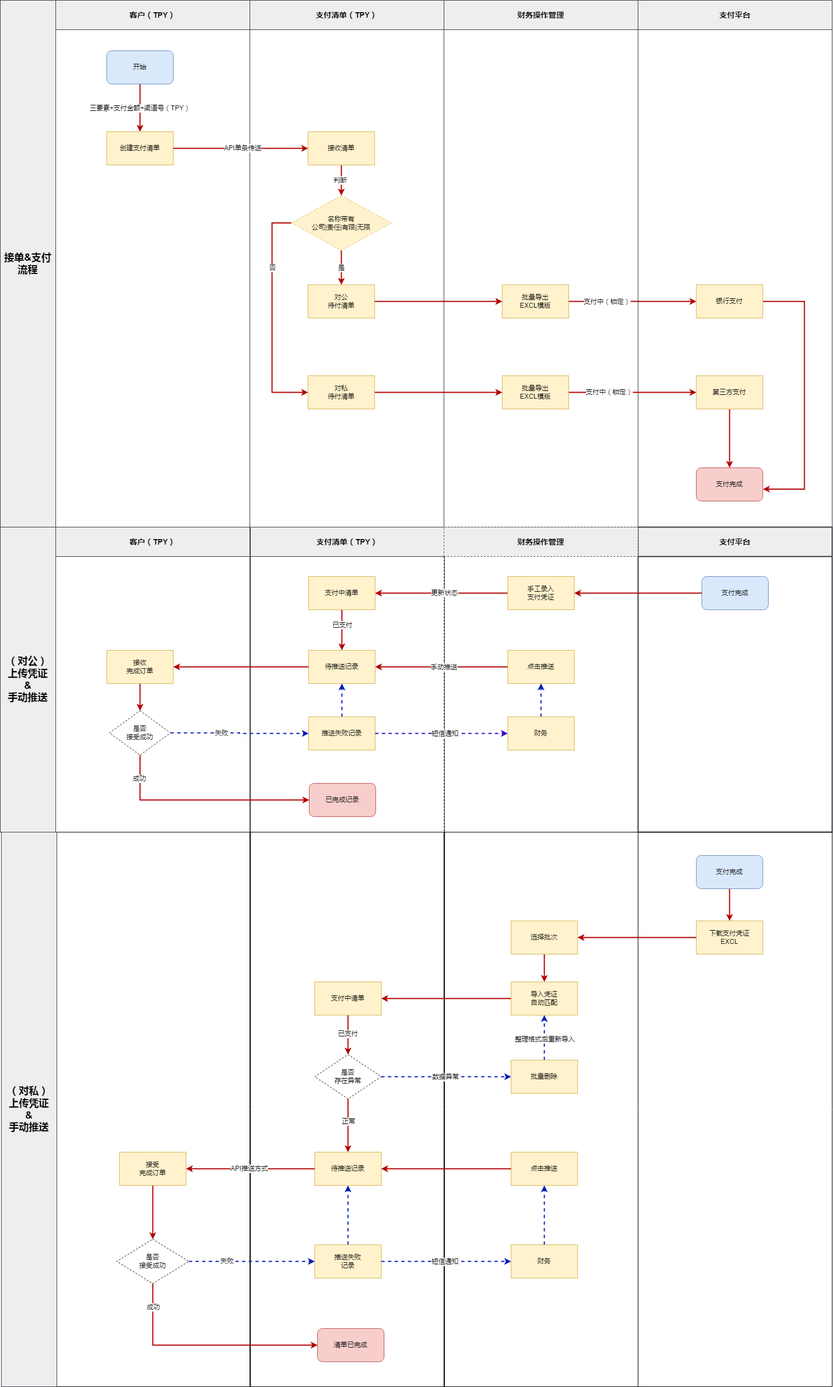
This is 支付系统0822.png from orange14/laravoole, a draw.io export, as it was before one commit. Source tidied: cells renumbered, new cells last; positions are measured from the earlier drawing's top-left corner, leaving out a move shared by most shapes.
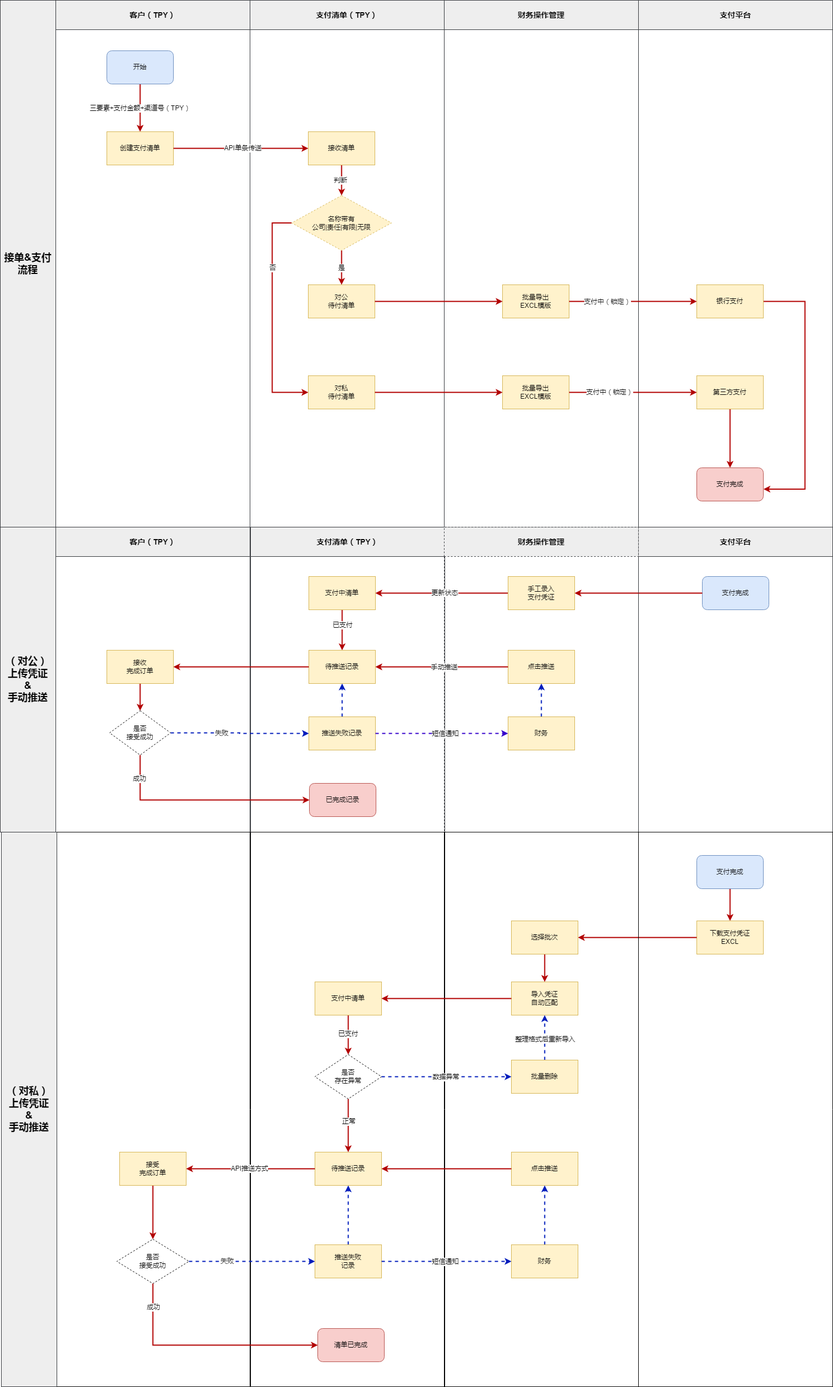
The same diagram one commit later.

Commit message:
更新支付系统0822.png

What changed in the source:
```diff
@@ -215,7 +215,7 @@
     <mxCell id="64" value="推送失败&lt;br&gt;记录" style="rounded=0;whiteSpace=wrap;html=1;verticalAlign=middle;align=center;fillColor=#fff2cc;strokeColor=#d6b656;" parent="54" vertex="1">
       <mxGeometry x="116" y="744" width="120" height="60" as="geometry" />
     </mxCell>
-    <mxCell id="65" value="支付平台" style="swimlane;whiteSpace=wrap;html=1;startSize=53;fillColor=#eeeeee;strokeColor=#36393d;fontSize=14;strokeWidth=2;" parent="1" vertex="1">
+    <mxCell id="65" value="支付平台" style="swimlane;whiteSpace=wrap;html=1;startSize=53;fillColor=#eeeeee;strokeColor=#36393d;fontSize=14;strokeWidth=1;" parent="1" vertex="1">
       <mxGeometry x="1150" y="950" width="350" height="550" as="geometry" />
     </mxCell>
     <mxCell id="66" value="支付完成" style="rounded=1;whiteSpace=wrap;html=1;verticalAlign=middle;align=center;fillColor=#dae8fc;strokeColor=#6c8ebf;" parent="65" vertex="1">
```
